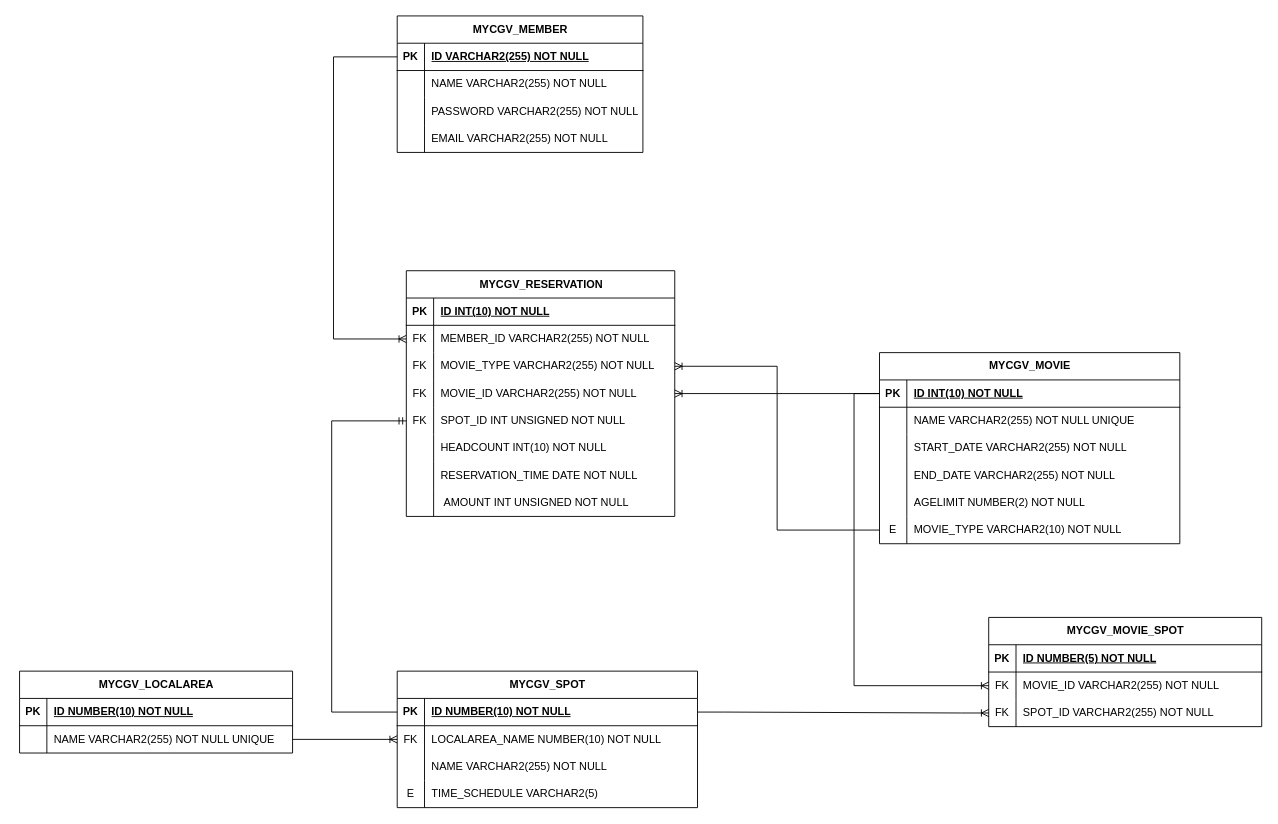
Above: new mycgv_erd.drawio in jaehyeonkim0/mycgv (draw.io), before the change. Source tidied: cells renumbered, new cells numbered last; positions are measured from the earlier drawing's top-left corner, leaving out a move shared by most shapes. Both pictures are drawn from the tidied source at 91%, with x=0, y=0 at pixel (19, 15).
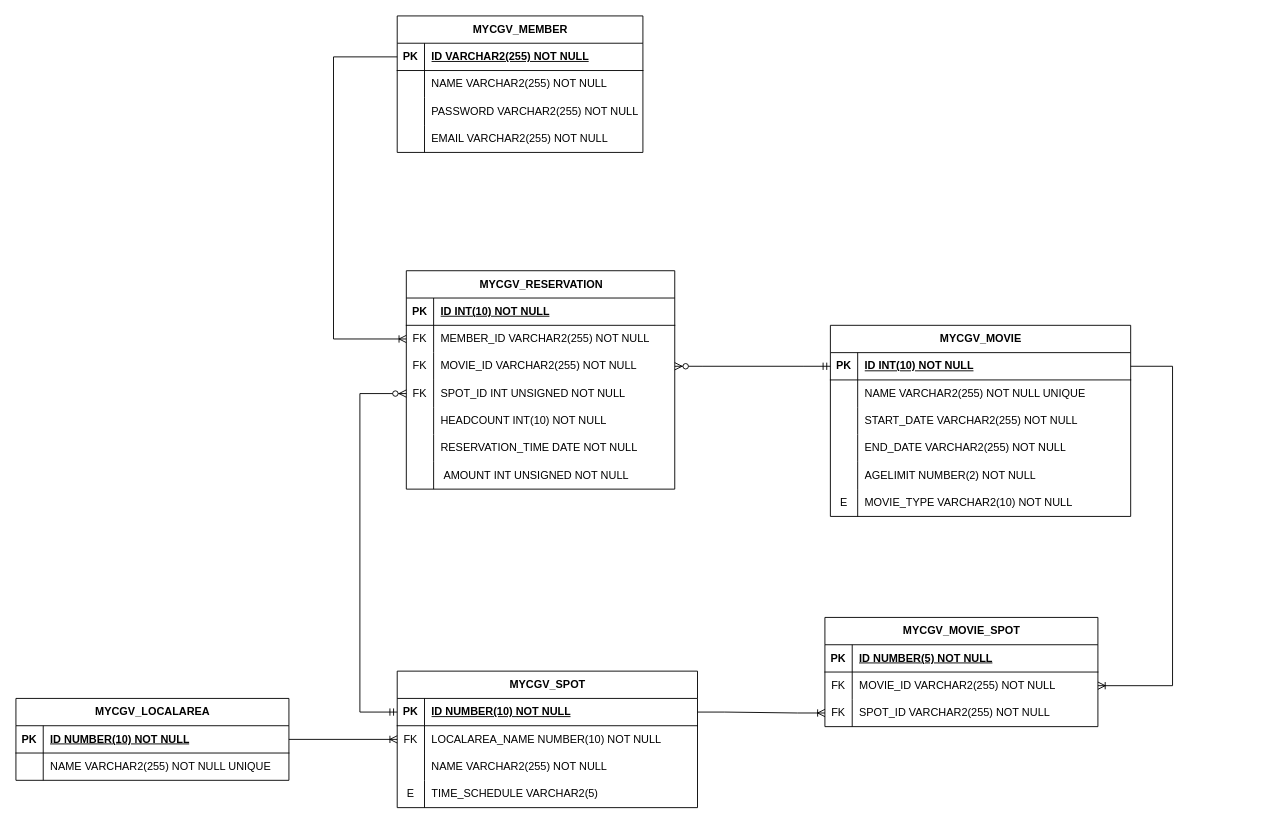
After the change.

Unchanged cells that the change refers to:
```xml
<mxCell id="3" style="shape=tableRow;horizontal=0;startSize=0;swimlaneHead=0;swimlaneBody=0;fillColor=none;points=[[0,0.5],[1,0.5]];portConstraint=eastwest;top=0;left=0;right=0;bottom=1;" parent="2" vertex="1">
  <mxGeometry y="30" width="330" height="30" as="geometry" />
</mxCell>
<mxCell id="18" style="shape=tableRow;horizontal=0;startSize=0;swimlaneHead=0;swimlaneBody=0;fillColor=none;points=[[0,0.5],[1,0.5]];portConstraint=eastwest;top=0;left=0;right=0;bottom=0;" parent="2" vertex="1">
  <mxGeometry y="180" width="330" height="30" as="geometry" />
</mxCell>
<mxCell id="22" style="shape=tableRow;horizontal=0;startSize=0;swimlaneHead=0;swimlaneBody=0;fillColor=none;points=[[0,0.5],[1,0.5]];portConstraint=eastwest;top=0;left=0;right=0;bottom=1;" parent="21" vertex="1">
  <mxGeometry y="30" width="300" height="30" as="geometry" />
</mxCell>
<mxCell id="25" style="shape=tableRow;horizontal=0;startSize=0;swimlaneHead=0;swimlaneBody=0;fillColor=none;points=[[0,0.5],[1,0.5]];portConstraint=eastwest;top=0;left=0;right=0;bottom=0;" parent="21" vertex="1">
  <mxGeometry y="60" width="300" height="30" as="geometry" />
</mxCell>
<mxCell id="29" style="shape=tableRow;horizontal=0;startSize=0;swimlaneHead=0;swimlaneBody=0;fillColor=none;points=[[0,0.5],[1,0.5]];portConstraint=eastwest;top=0;left=0;right=0;bottom=1;" parent="28" vertex="1">
  <mxGeometry y="30" width="330" height="30" as="geometry" />
</mxCell>
<mxCell id="32" style="shape=tableRow;horizontal=0;startSize=0;swimlaneHead=0;swimlaneBody=0;fillColor=none;points=[[0,0.5],[1,0.5]];portConstraint=eastwest;top=0;left=0;right=0;bottom=0;" parent="28" vertex="1">
  <mxGeometry y="60" width="330" height="30" as="geometry" />
</mxCell>
<mxCell id="46" style="shape=tableRow;horizontal=0;startSize=0;swimlaneHead=0;swimlaneBody=0;fillColor=none;points=[[0,0.5],[1,0.5]];portConstraint=eastwest;top=0;left=0;right=0;bottom=0;" parent="42" vertex="1">
  <mxGeometry y="60" width="300" height="30" as="geometry" />
</mxCell>
<mxCell id="49" style="shape=tableRow;horizontal=0;startSize=0;swimlaneHead=0;swimlaneBody=0;fillColor=none;points=[[0,0.5],[1,0.5]];portConstraint=eastwest;top=0;left=0;right=0;bottom=0;" parent="42" vertex="1">
  <mxGeometry y="90" width="300" height="30" as="geometry" />
</mxCell>
```

What changed in the source:
```diff
@@
     <mxCell id="2" value="MYCGV_MOVIE" style="shape=table;startSize=30;childLayout=tableLayout;rowLines=0;fontStyle=1;align=center;html=1;" parent="1" vertex="1">
-      <mxGeometry x="945" y="370" width="330" height="210" as="geometry" />
+      <mxGeometry x="891" y="340" width="330" height="210" as="geometry" />
     </mxCell>
@@
     <mxCell id="21" value="MYCGV_LOCALAREA" style="shape=table;startSize=30;childLayout=tableLayout;rowLines=0;fontStyle=1;align=center;html=1;" parent="1" vertex="1">
-      <mxGeometry y="720" width="300" height="90" as="geometry" />
+      <mxGeometry x="-4" y="750" width="300" height="90" as="geometry" />
     </mxCell>
@@
-    <mxCell id="41" style="edgeStyle=orthogonalEdgeStyle;fontSize=12;html=1;endArrow=ERoneToMany;rounded=0;exitX=1;exitY=0.5;exitDx=0;exitDy=0;entryX=0;entryY=0.5;entryDx=0;entryDy=0;" parent="1" edge="1" source="25" target="32">
+    <mxCell id="41" style="edgeStyle=orthogonalEdgeStyle;fontSize=12;html=1;endArrow=ERoneToMany;rounded=0;exitX=1;exitY=0.5;exitDx=0;exitDy=0;entryX=0;entryY=0.5;entryDx=0;entryDy=0;" parent="1" edge="1" source="22" target="32">
       <mxGeometry relative="1" as="geometry" />
     </mxCell>
     <mxCell id="42" value="MYCGV_MOVIE_SPOT" style="shape=table;startSize=30;childLayout=tableLayout;rowLines=0;fontStyle=1;align=center;html=1;" parent="1" vertex="1">
-      <mxGeometry x="1065" y="661" width="300" height="120" as="geometry" />
+      <mxGeometry x="885" y="661" width="300" height="120" as="geometry" />
     </mxCell>
@@
     <mxCell id="65" value="MYCGV_RESERVATION" style="shape=table;startSize=30;childLayout=tableLayout;rowLines=0;fontStyle=1;align=center;html=1;" parent="1" vertex="1">
-      <mxGeometry x="425" y="280" width="295" height="270" as="geometry" />
+      <mxGeometry x="425" y="280" width="295" height="240" as="geometry" />
     </mxCell>
@@
-    <mxCell id="72" style="shape=tableRow;horizontal=0;startSize=0;swimlaneHead=0;swimlaneBody=0;fillColor=none;points=[[0,0.5],[1,0.5]];portConstraint=eastwest;top=0;left=0;right=0;bottom=0;" parent="65" vertex="1">
-      <mxGeometry y="90" width="295" height="30" as="geometry" />
-    </mxCell>
-    <mxCell id="73" value="FK" style="shape=partialRectangle;fillColor=none;top=0;left=0;bottom=0;right=0;overflow=hidden;whiteSpace=wrap;html=1;" parent="72" vertex="1">
-      <mxGeometry width="30" height="30" as="geometry" />
-    </mxCell>
-    <mxCell id="74" value="MOVIE_TYPE VARCHAR2(255) NOT NULL" style="shape=partialRectangle;fillColor=none;top=0;left=0;bottom=0;right=0;align=left;spacingLeft=6;overflow=hidden;whiteSpace=wrap;html=1;" parent="72" vertex="1">
-      <mxGeometry x="30" width="265" height="30" as="geometry" />
-    </mxCell>
     <mxCell id="75" style="shape=tableRow;horizontal=0;startSize=0;swimlaneHead=0;swimlaneBody=0;fillColor=none;points=[[0,0.5],[1,0.5]];portConstraint=eastwest;top=0;left=0;right=0;bottom=0;" parent="65" vertex="1">
-      <mxGeometry y="120" width="295" height="30" as="geometry" />
+      <mxGeometry y="90" width="295" height="30" as="geometry" />
     </mxCell>
@@
     <mxCell id="78" style="shape=tableRow;horizontal=0;startSize=0;swimlaneHead=0;swimlaneBody=0;fillColor=none;points=[[0,0.5],[1,0.5]];portConstraint=eastwest;top=0;left=0;right=0;bottom=0;" parent="65" vertex="1">
-      <mxGeometry y="150" width="295" height="30" as="geometry" />
+      <mxGeometry y="120" width="295" height="30" as="geometry" />
     </mxCell>
@@
     <mxCell id="81" style="shape=tableRow;horizontal=0;startSize=0;swimlaneHead=0;swimlaneBody=0;fillColor=none;top=0;left=0;right=0;bottom=0;" parent="65" vertex="1">
-      <mxGeometry y="180" width="295" height="30" as="geometry" />
+      <mxGeometry y="150" width="295" height="30" as="geometry" />
     </mxCell>
@@
     <mxCell id="84" style="shape=tableRow;horizontal=0;startSize=0;swimlaneHead=0;swimlaneBody=0;fillColor=none;top=0;left=0;right=0;bottom=0;" parent="65" vertex="1">
-      <mxGeometry y="210" width="295" height="30" as="geometry" />
+      <mxGeometry y="180" width="295" height="30" as="geometry" />
     </mxCell>
@@
     <mxCell id="87" style="shape=tableRow;horizontal=0;startSize=0;swimlaneHead=0;swimlaneBody=0;fillColor=none;top=0;left=0;right=0;bottom=0;" parent="65" vertex="1">
-      <mxGeometry y="240" width="295" height="30" as="geometry" />
+      <mxGeometry y="210" width="295" height="30" as="geometry" />
     </mxCell>
@@
-    <mxCell id="91" style="edgeStyle=orthogonalEdgeStyle;fontSize=12;html=1;endArrow=ERoneToMany;rounded=0;entryX=1;entryY=0.5;entryDx=0;entryDy=0;exitX=0;exitY=0.5;exitDx=0;exitDy=0;" parent="1" edge="1" source="18" target="72">
-      <mxGeometry relative="1" as="geometry" />
-    </mxCell>
+    <mxCell id="94" style="edgeStyle=entityRelationEdgeStyle;fontSize=12;html=1;endArrow=ERoneToMany;rounded=0;exitX=1;exitY=0.5;exitDx=0;exitDy=0;entryX=0;entryY=0.5;entryDx=0;entryDy=0;" parent="1" edge="1" source="29" target="49">
+      <mxGeometry relative="1" as="geometry" />
+    </mxCell>
+    <mxCell id="95" style="edgeStyle=orthogonalEdgeStyle;fontSize=12;html=1;endArrow=ERoneToMany;rounded=0;exitX=1;exitY=0.5;exitDx=0;exitDy=0;entryX=1;entryY=0.5;entryDx=0;entryDy=0;" parent="1" edge="1" source="3" target="46">
+      <mxGeometry relative="1" as="geometry">
+        <Array as="points">
+          <mxPoint x="1267" y="385" />
+          <mxPoint x="1267" y="736" />
+        </Array>
+      </mxGeometry>
+    </mxCell>
-    <mxCell id="92" style="edgeStyle=orthogonalEdgeStyle;fontSize=12;html=1;endArrow=ERoneToMany;rounded=0;entryX=1;entryY=0.5;entryDx=0;entryDy=0;exitX=0;exitY=0.5;exitDx=0;exitDy=0;" parent="1" edge="1" source="3" target="75">
-      <mxGeometry relative="1" as="geometry">
-        <Array as="points">
-          <mxPoint x="945" y="415" />
-        </Array>
-      </mxGeometry>
+    <mxCell id="92" style="edgeStyle=entityRelationEdgeStyle;fontSize=12;html=1;endArrow=ERzeroToMany;startArrow=ERmandOne;rounded=0;exitX=0;exitY=0.5;exitDx=0;exitDy=0;entryX=1;entryY=0.5;entryDx=0;entryDy=0;" parent="1" edge="1" source="3" target="75">
+      <mxGeometry relative="1" as="geometry" />
     </mxCell>
-    <mxCell id="93" style="edgeStyle=orthogonalEdgeStyle;fontSize=12;html=1;endArrow=ERmandOne;rounded=0;exitX=0;exitY=0.5;exitDx=0;exitDy=0;entryX=0;entryY=0.5;entryDx=0;entryDy=0;" parent="1" edge="1" source="29" target="78">
+    <mxCell id="93" style="edgeStyle=orthogonalEdgeStyle;fontSize=12;html=1;endArrow=ERzeroToMany;startArrow=ERmandOne;rounded=0;exitX=0;exitY=0.5;exitDx=0;exitDy=0;entryX=0;entryY=0.5;entryDx=0;entryDy=0;" parent="1" edge="1" source="29" target="78">
       <mxGeometry relative="1" as="geometry">
         <Array as="points">
-          <mxPoint x="343" y="765" />
-          <mxPoint x="343" y="445" />
+          <mxPoint x="374" y="765" />
+          <mxPoint x="374" y="415" />
         </Array>
       </mxGeometry>
     </mxCell>
-    <mxCell id="94" style="edgeStyle=entityRelationEdgeStyle;fontSize=12;html=1;endArrow=ERoneToMany;rounded=0;exitX=1;exitY=0.5;exitDx=0;exitDy=0;entryX=0;entryY=0.5;entryDx=0;entryDy=0;" parent="1" edge="1" source="29" target="49">
-      <mxGeometry relative="1" as="geometry" />
-    </mxCell>
-    <mxCell id="95" style="edgeStyle=orthogonalEdgeStyle;fontSize=12;html=1;endArrow=ERoneToMany;rounded=0;exitX=0;exitY=0.5;exitDx=0;exitDy=0;entryX=0;entryY=0.5;entryDx=0;entryDy=0;" parent="1" edge="1" source="3" target="46">
-      <mxGeometry relative="1" as="geometry">
-        <Array as="points">
-          <mxPoint x="917" y="415" />
-          <mxPoint x="917" y="736" />
-        </Array>
-      </mxGeometry>
-    </mxCell>
```
